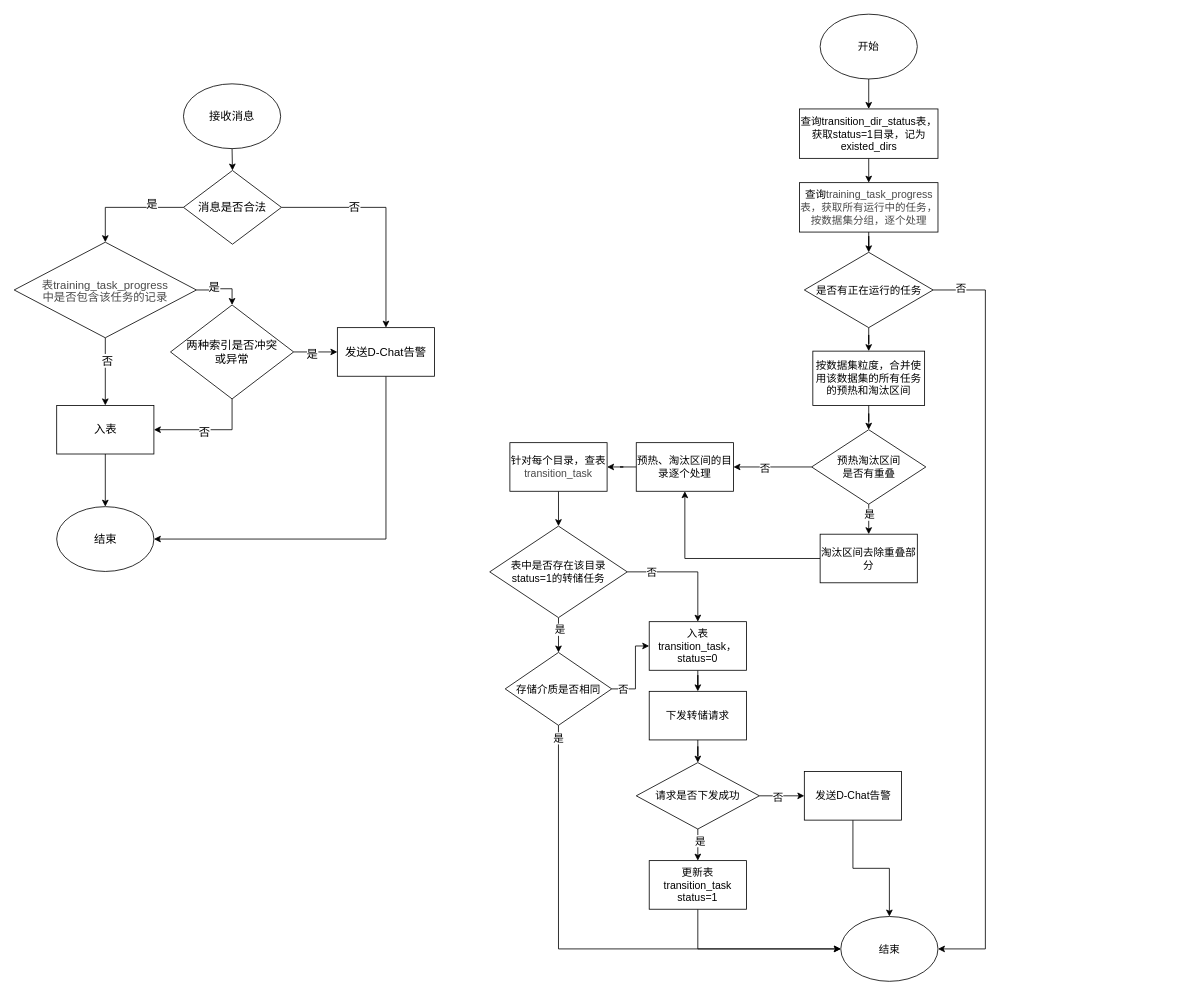
ydh12356890/DiDiDraw keeps this draw.io diagram as page "二期" (2 of 2) of dynamic_load.drawio. Above is the earlier version. Source tidied: cells renumbered, new cells numbered last; positions are measured from the earlier drawing's top-left corner, leaving out a move shared by most shapes. Both pictures are drawn from the tidied source at 81%, with x=0, y=0 at pixel (14, 14).
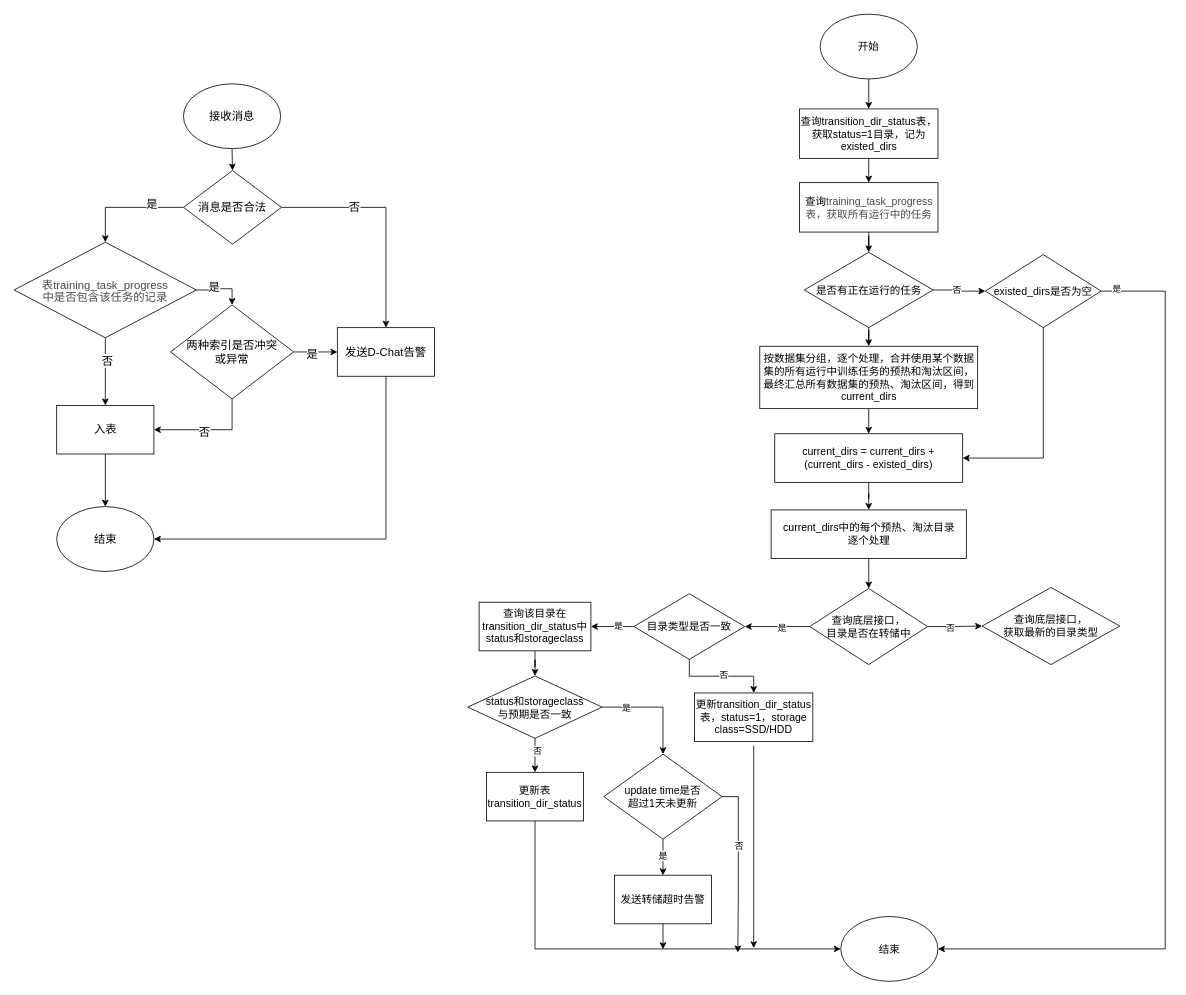
The same page after the edit.

Unchanged cells that the change refers to:
```xml
<mxCell id="24" value="是否有正在运行的任务" style="rhombus;whiteSpace=wrap;html=1;fontFamily=Helvetica;fontSize=13;" parent="1" vertex="1">
  <mxGeometry x="975.5" y="294" width="159" height="93" as="geometry" />
</mxCell>
<mxCell id="25" value="结束" style="ellipse;whiteSpace=wrap;html=1;fontFamily=Helvetica;fontSize=13;" parent="1" vertex="1">
  <mxGeometry x="1020.5" y="1114" width="120" height="80" as="geometry" />
</mxCell>
```

Diff of the diagram source:
```diff
@@
-    <mxCell id="20" value="&lt;span style=&quot;background-color: transparent;&quot;&gt;查询&lt;/span&gt;&lt;span style=&quot;color: light-dark(rgb(73, 73, 73), rgb(174, 174, 174)); background-color: transparent;&quot;&gt;training_task_progress表，获取所有运行中的任务，按数据集分组，逐个处理&lt;/span&gt;" style="whiteSpace=wrap;html=1;fontFamily=Helvetica;fontSize=13;" parent="1" vertex="1">
+    <mxCell id="20" value="&lt;span style=&quot;background-color: transparent;&quot;&gt;查询&lt;/span&gt;&lt;span style=&quot;color: light-dark(rgb(73, 73, 73), rgb(174, 174, 174)); background-color: transparent;&quot;&gt;training_task_progress表，获取所有运行中的任务&lt;/span&gt;" style="whiteSpace=wrap;html=1;fontFamily=Helvetica;fontSize=13;" parent="1" vertex="1">
       <mxGeometry x="969.5" y="208" width="171" height="61" as="geometry" />
     </mxCell>
@@
-    <mxCell id="22" style="edgeStyle=orthogonalEdgeStyle;rounded=0;jettySize=auto;html=1;exitX=1;exitY=0.5;exitDx=0;exitDy=0;entryX=1;entryY=0.5;entryDx=0;entryDy=0;fontFamily=Helvetica;fontSize=13;" parent="1" edge="1" source="24" target="25">
-      <mxGeometry relative="1" as="geometry">
-        <Array as="points">
-          <mxPoint x="1199" y="341" />
-          <mxPoint x="1199" y="1154" />
-        </Array>
-      </mxGeometry>
-    </mxCell>
-    <mxCell id="23" value="否" style="edgeLabel;html=1;align=center;verticalAlign=middle;fontFamily=Helvetica;fontSize=13;" parent="22" vertex="1">
-      <mxGeometry x="-0.93" y="3" relative="1" as="geometry">
-        <mxPoint x="1" as="offset" />
-      </mxGeometry>
-    </mxCell>
+    <mxCell id="71" style="edgeStyle=orthogonalEdgeStyle;rounded=0;jettySize=auto;html=1;" parent="1" edge="1" source="24" target="77">
+      <mxGeometry relative="1" as="geometry" />
+    </mxCell>
+    <mxCell id="72" value="否" style="edgeLabel;html=1;align=center;verticalAlign=middle;" parent="71" vertex="1">
+      <mxGeometry x="-0.13" relative="1" as="geometry" />
+    </mxCell>
@@
-    <mxCell id="26" style="edgeStyle=orthogonalEdgeStyle;rounded=0;jettySize=auto;html=1;fontFamily=Helvetica;fontSize=13;" parent="1" edge="1" source="27" target="32">
-      <mxGeometry relative="1" as="geometry" />
-    </mxCell>
+    <mxCell id="73" style="edgeStyle=orthogonalEdgeStyle;rounded=0;jettySize=auto;html=1;exitX=0.5;exitY=1;exitDx=0;exitDy=0;entryX=0.5;entryY=0;entryDx=0;entryDy=0;" parent="1" edge="1" source="27" target="79">
+      <mxGeometry relative="1" as="geometry" />
+    </mxCell>
-    <mxCell id="27" value="按数据集粒度，合并使用该数据集的所有任务的预热和淘汰区间" style="whiteSpace=wrap;html=1;fontFamily=Helvetica;fontSize=13;" parent="1" vertex="1">
-      <mxGeometry x="986" y="416" width="138" height="67" as="geometry" />
+    <mxCell id="27" value="按数据集分组，逐个处理，合并使用某个数据集的所有运行中训练任务的预热和淘汰区间，最终汇总所有数据集的预热、淘汰区间，得到current_dirs" style="whiteSpace=wrap;html=1;fontFamily=Helvetica;fontSize=13;" parent="1" vertex="1">
+      <mxGeometry x="920.5" y="410" width="269" height="77" as="geometry" />
     </mxCell>
-    <mxCell id="28" style="edgeStyle=orthogonalEdgeStyle;rounded=0;jettySize=auto;html=1;fontFamily=Helvetica;fontSize=13;" parent="1" edge="1" source="32" target="34">
-      <mxGeometry relative="1" as="geometry" />
-    </mxCell>
-    <mxCell id="29" value="否" style="edgeLabel;html=1;align=center;verticalAlign=middle;fontFamily=Helvetica;fontSize=13;" parent="28" vertex="1">
-      <mxGeometry x="0.2" y="1" relative="1" as="geometry" />
-    </mxCell>
-    <mxCell id="30" style="edgeStyle=orthogonalEdgeStyle;rounded=0;jettySize=auto;html=1;fontFamily=Helvetica;fontSize=13;" parent="1" edge="1" source="32" target="36">
-      <mxGeometry relative="1" as="geometry" />
-    </mxCell>
-    <mxCell id="31" value="是" style="edgeLabel;html=1;align=center;verticalAlign=middle;fontFamily=Helvetica;fontSize=13;" parent="30" vertex="1">
-      <mxGeometry x="0.19" y="2" relative="1" as="geometry">
-        <mxPoint x="-2" y="-8" as="offset" />
-      </mxGeometry>
-    </mxCell>
-    <mxCell id="32" value="预热淘汰区间&lt;br&gt;是否有重叠" style="rhombus;whiteSpace=wrap;html=1;fontFamily=Helvetica;fontSize=13;" parent="1" vertex="1">
-      <mxGeometry x="984.5" y="513" width="141" height="92" as="geometry" />
-    </mxCell>
-    <mxCell id="33" style="edgeStyle=orthogonalEdgeStyle;rounded=0;jettySize=auto;html=1;fontFamily=Helvetica;fontSize=13;" parent="1" edge="1" source="34" target="38">
-      <mxGeometry relative="1" as="geometry" />
-    </mxCell>
-    <mxCell id="34" value="预热、淘汰区间的目录逐个处理" style="whiteSpace=wrap;html=1;fontFamily=Helvetica;fontSize=13;" parent="1" vertex="1">
-      <mxGeometry x="768" y="529" width="120" height="60" as="geometry" />
-    </mxCell>
-    <mxCell id="35" style="edgeStyle=orthogonalEdgeStyle;rounded=0;jettySize=auto;html=1;exitX=0;exitY=0.5;exitDx=0;exitDy=0;entryX=0.5;entryY=1;entryDx=0;entryDy=0;fontFamily=Helvetica;fontSize=13;" parent="1" edge="1" source="36" target="34">
-      <mxGeometry relative="1" as="geometry" />
-    </mxCell>
-    <mxCell id="36" value="淘汰区间去除重叠部分" style="whiteSpace=wrap;html=1;fontFamily=Helvetica;fontSize=13;" parent="1" vertex="1">
-      <mxGeometry x="995" y="642" width="120" height="60" as="geometry" />
-    </mxCell>
-    <mxCell id="37" style="edgeStyle=orthogonalEdgeStyle;rounded=0;jettySize=auto;html=1;fontFamily=Helvetica;fontSize=13;" parent="1" edge="1" source="38" target="43">
-      <mxGeometry relative="1" as="geometry" />
-    </mxCell>
-    <mxCell id="38" value="针对每个目录，查表&lt;span style=&quot;color: light-dark(rgb(73, 73, 73), rgb(174, 174, 174)); background-color: transparent;&quot;&gt;transition_task&lt;/span&gt;" style="whiteSpace=wrap;html=1;fontFamily=Helvetica;fontSize=13;" parent="1" vertex="1">
-      <mxGeometry x="612" y="529" width="120" height="60" as="geometry" />
-    </mxCell>
-    <mxCell id="39" style="edgeStyle=orthogonalEdgeStyle;rounded=0;jettySize=auto;html=1;fontFamily=Helvetica;fontSize=13;" parent="1" edge="1" source="43" target="45">
-      <mxGeometry relative="1" as="geometry" />
-    </mxCell>
-    <mxCell id="40" value="否" style="edgeLabel;html=1;align=center;verticalAlign=middle;fontFamily=Helvetica;fontSize=13;" parent="39" vertex="1">
-      <mxGeometry x="-0.59" relative="1" as="geometry" />
-    </mxCell>
-    <mxCell id="41" style="edgeStyle=orthogonalEdgeStyle;rounded=0;jettySize=auto;html=1;fontFamily=Helvetica;fontSize=13;" parent="1" edge="1" source="43" target="61">
-      <mxGeometry relative="1" as="geometry" />
-    </mxCell>
-    <mxCell id="42" value="是" style="edgeLabel;html=1;align=center;verticalAlign=middle;fontFamily=Helvetica;fontSize=13;" parent="41" vertex="1">
-      <mxGeometry x="-0.35" y="1" relative="1" as="geometry" />
-    </mxCell>
-    <mxCell id="43" value="表中是否存在该目录&lt;br&gt;status=1的转储任务" style="rhombus;whiteSpace=wrap;html=1;fontFamily=Helvetica;fontSize=13;" parent="1" vertex="1">
-      <mxGeometry x="587.1" y="632" width="169.8" height="113" as="geometry" />
-    </mxCell>
-    <mxCell id="44" style="edgeStyle=orthogonalEdgeStyle;rounded=0;jettySize=auto;html=1;fontFamily=Helvetica;fontSize=13;" parent="1" edge="1" source="45" target="47">
-      <mxGeometry relative="1" as="geometry" />
-    </mxCell>
-    <mxCell id="45" value="入表transition_task，status=0" style="whiteSpace=wrap;html=1;fontFamily=Helvetica;fontSize=13;" parent="1" vertex="1">
-      <mxGeometry x="784" y="750" width="120" height="60" as="geometry" />
-    </mxCell>
-    <mxCell id="46" style="edgeStyle=orthogonalEdgeStyle;rounded=0;jettySize=auto;html=1;fontFamily=Helvetica;fontSize=13;" parent="1" edge="1" source="47" target="52">
-      <mxGeometry relative="1" as="geometry" />
-    </mxCell>
-    <mxCell id="47" value="下发转储请求" style="whiteSpace=wrap;html=1;fontFamily=Helvetica;fontSize=13;" parent="1" vertex="1">
-      <mxGeometry x="784" y="836" width="120" height="60" as="geometry" />
-    </mxCell>
-    <mxCell id="48" style="edgeStyle=orthogonalEdgeStyle;rounded=0;jettySize=auto;html=1;fontFamily=Helvetica;fontSize=13;" parent="1" edge="1" source="52" target="54">
-      <mxGeometry relative="1" as="geometry" />
-    </mxCell>
-    <mxCell id="49" value="是" style="edgeLabel;html=1;align=center;verticalAlign=middle;fontFamily=Helvetica;fontSize=13;" parent="48" vertex="1">
-      <mxGeometry x="-0.31" y="2" relative="1" as="geometry" />
-    </mxCell>
-    <mxCell id="50" style="edgeStyle=orthogonalEdgeStyle;rounded=0;jettySize=auto;html=1;fontFamily=Helvetica;fontSize=13;" parent="1" edge="1" source="52" target="56">
-      <mxGeometry relative="1" as="geometry" />
-    </mxCell>
-    <mxCell id="51" value="否" style="edgeLabel;html=1;align=center;verticalAlign=middle;fontFamily=Helvetica;fontSize=13;" parent="50" vertex="1">
-      <mxGeometry x="-0.21" y="-1" relative="1" as="geometry" />
-    </mxCell>
-    <mxCell id="52" value="请求是否下发成功" style="rhombus;whiteSpace=wrap;html=1;fontFamily=Helvetica;fontSize=13;" parent="1" vertex="1">
-      <mxGeometry x="768" y="924" width="152" height="82" as="geometry" />
-    </mxCell>
-    <mxCell id="53" style="edgeStyle=orthogonalEdgeStyle;rounded=0;jettySize=auto;html=1;exitX=0.5;exitY=1;exitDx=0;exitDy=0;entryX=0;entryY=0.5;entryDx=0;entryDy=0;fontFamily=Helvetica;fontSize=13;" parent="1" edge="1" source="54" target="25">
-      <mxGeometry relative="1" as="geometry" />
-    </mxCell>
-    <mxCell id="54" value="更新表transition_task&lt;br&gt;status=1" style="whiteSpace=wrap;html=1;fontFamily=Helvetica;fontSize=13;" parent="1" vertex="1">
-      <mxGeometry x="784" y="1045" width="120" height="60" as="geometry" />
-    </mxCell>
-    <mxCell id="55" style="edgeStyle=orthogonalEdgeStyle;rounded=0;jettySize=auto;html=1;exitX=0.5;exitY=1;exitDx=0;exitDy=0;entryX=0.5;entryY=0;entryDx=0;entryDy=0;fontFamily=Helvetica;fontSize=13;" parent="1" edge="1" source="56" target="25">
-      <mxGeometry relative="1" as="geometry" />
-    </mxCell>
-    <mxCell id="56" value="发送D-Chat告警" style="whiteSpace=wrap;html=1;fontFamily=Helvetica;fontSize=13;" parent="1" vertex="1">
-      <mxGeometry x="975.5" y="935" width="120" height="60" as="geometry" />
-    </mxCell>
-    <mxCell id="57" style="edgeStyle=orthogonalEdgeStyle;rounded=0;jettySize=auto;html=1;exitX=0.5;exitY=1;exitDx=0;exitDy=0;entryX=0;entryY=0.5;entryDx=0;entryDy=0;fontFamily=Helvetica;fontSize=13;" parent="1" edge="1" source="61" target="25">
-      <mxGeometry relative="1" as="geometry" />
-    </mxCell>
-    <mxCell id="58" value="是" style="edgeLabel;html=1;align=center;verticalAlign=middle;fontFamily=Helvetica;fontSize=13;" parent="57" vertex="1">
-      <mxGeometry x="-0.95" relative="1" as="geometry" />
-    </mxCell>
-    <mxCell id="59" style="edgeStyle=orthogonalEdgeStyle;rounded=0;jettySize=auto;html=1;exitX=1;exitY=0.5;exitDx=0;exitDy=0;entryX=0;entryY=0.5;entryDx=0;entryDy=0;fontFamily=Helvetica;fontSize=13;" parent="1" edge="1" source="61" target="45">
-      <mxGeometry relative="1" as="geometry">
-        <Array as="points">
-          <mxPoint x="767" y="833" />
-          <mxPoint x="767" y="780" />
-        </Array>
-      </mxGeometry>
-    </mxCell>
-    <mxCell id="60" value="否" style="edgeLabel;html=1;align=center;verticalAlign=middle;fontFamily=Helvetica;fontSize=13;" parent="59" vertex="1">
-      <mxGeometry x="-0.71" y="1" relative="1" as="geometry" />
-    </mxCell>
-    <mxCell id="61" value="存储介质是否相同" style="rhombus;whiteSpace=wrap;html=1;fontFamily=Helvetica;fontSize=13;" parent="1" vertex="1">
-      <mxGeometry x="606.2" y="788" width="131.5" height="90" as="geometry" />
-    </mxCell>
@@
+    <mxCell id="74" style="edgeStyle=orthogonalEdgeStyle;rounded=0;jettySize=auto;html=1;exitX=1;exitY=0.5;exitDx=0;exitDy=0;entryX=1;entryY=0.5;entryDx=0;entryDy=0;" parent="1" edge="1" source="77" target="25">
+      <mxGeometry relative="1" as="geometry">
+        <Array as="points">
+          <mxPoint x="1421" y="342" />
+          <mxPoint x="1421" y="1154" />
+        </Array>
+      </mxGeometry>
+    </mxCell>
+    <mxCell id="75" value="是" style="edgeLabel;html=1;align=center;verticalAlign=middle;" parent="74" vertex="1">
+      <mxGeometry x="-0.97" y="-2" relative="1" as="geometry">
+        <mxPoint y="-5" as="offset" />
+      </mxGeometry>
+    </mxCell>
+    <mxCell id="76" style="edgeStyle=orthogonalEdgeStyle;rounded=0;jettySize=auto;html=1;exitX=0.5;exitY=1;exitDx=0;exitDy=0;entryX=1;entryY=0.5;entryDx=0;entryDy=0;" parent="1" edge="1" source="77" target="79">
+      <mxGeometry relative="1" as="geometry" />
+    </mxCell>
+    <mxCell id="77" value="existed_dirs是否为空" style="rhombus;whiteSpace=wrap;html=1;fontSize=13;" parent="1" vertex="1">
+      <mxGeometry x="1199" y="296.8" width="143" height="90.2" as="geometry" />
+    </mxCell>
+    <mxCell id="78" style="edgeStyle=orthogonalEdgeStyle;rounded=0;jettySize=auto;html=1;" parent="1" edge="1" source="79" target="81">
+      <mxGeometry relative="1" as="geometry" />
+    </mxCell>
+    <mxCell id="79" value="current_dirs = current_dirs + (current_dirs - existed_dirs)" style="whiteSpace=wrap;html=1;fontFamily=Helvetica;fontSize=13;" parent="1" vertex="1">
+      <mxGeometry x="939" y="518" width="232" height="60" as="geometry" />
+    </mxCell>
+    <mxCell id="80" style="edgeStyle=orthogonalEdgeStyle;rounded=0;jettySize=auto;html=1;" parent="1" edge="1" source="81" target="86">
+      <mxGeometry relative="1" as="geometry" />
+    </mxCell>
+    <mxCell id="81" value="current_dirs中的每个预热、淘汰目录&lt;br&gt;逐个处理" style="whiteSpace=wrap;html=1;fontSize=13;" parent="1" vertex="1">
+      <mxGeometry x="934.5" y="612" width="241" height="60" as="geometry" />
+    </mxCell>
+    <mxCell id="82" style="edgeStyle=orthogonalEdgeStyle;rounded=0;jettySize=auto;html=1;" parent="1" edge="1" source="86" target="91">
+      <mxGeometry relative="1" as="geometry" />
+    </mxCell>
+    <mxCell id="83" value="是" style="edgeLabel;html=1;align=center;verticalAlign=middle;" parent="82" vertex="1">
+      <mxGeometry x="-0.13" y="1" relative="1" as="geometry" />
+    </mxCell>
+    <mxCell id="84" style="edgeStyle=orthogonalEdgeStyle;rounded=0;jettySize=auto;html=1;" parent="1" edge="1" source="86" target="110">
+      <mxGeometry relative="1" as="geometry" />
+    </mxCell>
+    <mxCell id="85" value="否" style="edgeLabel;html=1;align=center;verticalAlign=middle;" parent="84" vertex="1">
+      <mxGeometry x="-0.18" y="-1" relative="1" as="geometry" />
+    </mxCell>
+    <mxCell id="86" value="查询底层接口，&lt;br&gt;目录是否在转储中" style="rhombus;whiteSpace=wrap;html=1;fontSize=13;" parent="1" vertex="1">
+      <mxGeometry x="982.2" y="709" width="145.5" height="94" as="geometry" />
+    </mxCell>
+    <mxCell id="87" style="edgeStyle=orthogonalEdgeStyle;rounded=0;jettySize=auto;html=1;" parent="1" edge="1" source="91" target="93">
+      <mxGeometry relative="1" as="geometry" />
+    </mxCell>
+    <mxCell id="88" value="是" style="edgeLabel;html=1;align=center;verticalAlign=middle;" parent="87" vertex="1">
+      <mxGeometry x="-0.26" y="-1" relative="1" as="geometry" />
+    </mxCell>
+    <mxCell id="89" style="edgeStyle=orthogonalEdgeStyle;rounded=0;jettySize=auto;html=1;exitX=0.5;exitY=1;exitDx=0;exitDy=0;entryX=0.5;entryY=0;entryDx=0;entryDy=0;" parent="1" edge="1" source="91" target="109">
+      <mxGeometry relative="1" as="geometry" />
+    </mxCell>
+    <mxCell id="90" value="否" style="edgeLabel;html=1;align=center;verticalAlign=middle;" parent="89" vertex="1">
+      <mxGeometry x="0.04" y="2" relative="1" as="geometry" />
+    </mxCell>
+    <mxCell id="91" value="目录类型是否一致" style="rhombus;whiteSpace=wrap;html=1;fontSize=13;" parent="1" vertex="1">
+      <mxGeometry x="765" y="715.5" width="137" height="81" as="geometry" />
+    </mxCell>
+    <mxCell id="92" style="edgeStyle=orthogonalEdgeStyle;rounded=0;jettySize=auto;html=1;" parent="1" edge="1" source="93" target="98">
+      <mxGeometry relative="1" as="geometry" />
+    </mxCell>
+    <mxCell id="93" value="查询该目录在transition_dir_status中status和storageclass" style="whiteSpace=wrap;html=1;fontSize=13;" parent="1" vertex="1">
+      <mxGeometry x="574" y="726" width="138" height="60" as="geometry" />
+    </mxCell>
+    <mxCell id="94" style="edgeStyle=orthogonalEdgeStyle;rounded=0;jettySize=auto;html=1;" parent="1" edge="1" source="98" target="100">
+      <mxGeometry relative="1" as="geometry" />
+    </mxCell>
+    <mxCell id="95" value="否" style="edgeLabel;html=1;align=center;verticalAlign=middle;" parent="94" vertex="1">
+      <mxGeometry x="-0.27" y="2" relative="1" as="geometry" />
+    </mxCell>
+    <mxCell id="96" style="edgeStyle=orthogonalEdgeStyle;rounded=0;jettySize=auto;html=1;" parent="1" edge="1" source="98" target="105">
+      <mxGeometry relative="1" as="geometry" />
+    </mxCell>
+    <mxCell id="97" value="是" style="edgeLabel;html=1;align=center;verticalAlign=middle;" parent="96" vertex="1">
+      <mxGeometry x="-0.56" y="-1" relative="1" as="geometry" />
+    </mxCell>
+    <mxCell id="98" value="status和storageclass&lt;br&gt;与预期是否一致" style="rhombus;whiteSpace=wrap;html=1;fontSize=13;" parent="1" vertex="1">
+      <mxGeometry x="560" y="817" width="166" height="77" as="geometry" />
+    </mxCell>
+    <mxCell id="99" style="edgeStyle=orthogonalEdgeStyle;rounded=0;jettySize=auto;html=1;exitX=0.5;exitY=1;exitDx=0;exitDy=0;entryX=0;entryY=0.5;entryDx=0;entryDy=0;" parent="1" edge="1" source="100" target="25">
+      <mxGeometry relative="1" as="geometry" />
+    </mxCell>
+    <mxCell id="100" value="更新表transition_dir_status" style="whiteSpace=wrap;html=1;fontSize=13;" parent="1" vertex="1">
+      <mxGeometry x="583" y="936" width="120" height="60" as="geometry" />
+    </mxCell>
+    <mxCell id="101" style="edgeStyle=orthogonalEdgeStyle;rounded=0;jettySize=auto;html=1;" parent="1" edge="1" source="105" target="107">
+      <mxGeometry relative="1" as="geometry" />
+    </mxCell>
+    <mxCell id="102" value="是" style="edgeLabel;html=1;align=center;verticalAlign=middle;" parent="101" vertex="1">
+      <mxGeometry x="-0.11" y="-1" relative="1" as="geometry" />
+    </mxCell>
+    <mxCell id="103" style="edgeStyle=orthogonalEdgeStyle;rounded=0;jettySize=auto;html=1;exitX=1;exitY=0.5;exitDx=0;exitDy=0;" parent="1" edge="1" source="105">
+      <mxGeometry relative="1" as="geometry">
+        <mxPoint x="893.4" y="1158.4" as="targetPoint" />
+      </mxGeometry>
+    </mxCell>
+    <mxCell id="104" value="否" style="edgeLabel;html=1;align=center;verticalAlign=middle;" parent="103" vertex="1">
+      <mxGeometry x="-0.25" relative="1" as="geometry" />
+    </mxCell>
+    <mxCell id="105" value="update time是否&lt;br&gt;超过1天未更新" style="rhombus;whiteSpace=wrap;html=1;fontSize=13;" parent="1" vertex="1">
+      <mxGeometry x="728" y="913.5" width="146" height="105" as="geometry" />
+    </mxCell>
+    <mxCell id="106" style="edgeStyle=orthogonalEdgeStyle;rounded=0;orthogonalLoop=1;jettySize=auto;html=1;exitX=0.5;exitY=1;exitDx=0;exitDy=0;" parent="1" edge="1">
+      <mxGeometry relative="1" as="geometry">
+        <mxPoint x="801" y="1120" as="sourcePoint" />
+        <mxPoint x="801" y="1154.4" as="targetPoint" />
+      </mxGeometry>
+    </mxCell>
+    <mxCell id="107" value="发送转储超时告警" style="whiteSpace=wrap;html=1;fontSize=13;" parent="1" vertex="1">
+      <mxGeometry x="741" y="1063" width="120" height="60" as="geometry" />
+    </mxCell>
+    <mxCell id="108" style="edgeStyle=orthogonalEdgeStyle;rounded=0;orthogonalLoop=1;jettySize=auto;html=1;exitX=0.5;exitY=1;exitDx=0;exitDy=0;" parent="1" edge="1">
+      <mxGeometry relative="1" as="geometry">
+        <mxPoint x="913" y="903" as="sourcePoint" />
+        <mxPoint x="913" y="1153" as="targetPoint" />
+      </mxGeometry>
+    </mxCell>
+    <mxCell id="109" value="更新transition_dir_status表，status=1，storage class=SSD/HDD" style="whiteSpace=wrap;html=1;fontSize=13;" parent="1" vertex="1">
+      <mxGeometry x="840" y="838" width="146" height="60" as="geometry" />
+    </mxCell>
+    <mxCell id="110" value="查询底层接口，&lt;br&gt;获取最新的目录类型" style="rhombus;whiteSpace=wrap;html=1;fontSize=13;" parent="1" vertex="1">
+      <mxGeometry x="1195" y="707.8" width="170" height="95.2" as="geometry" />
+    </mxCell>
```
